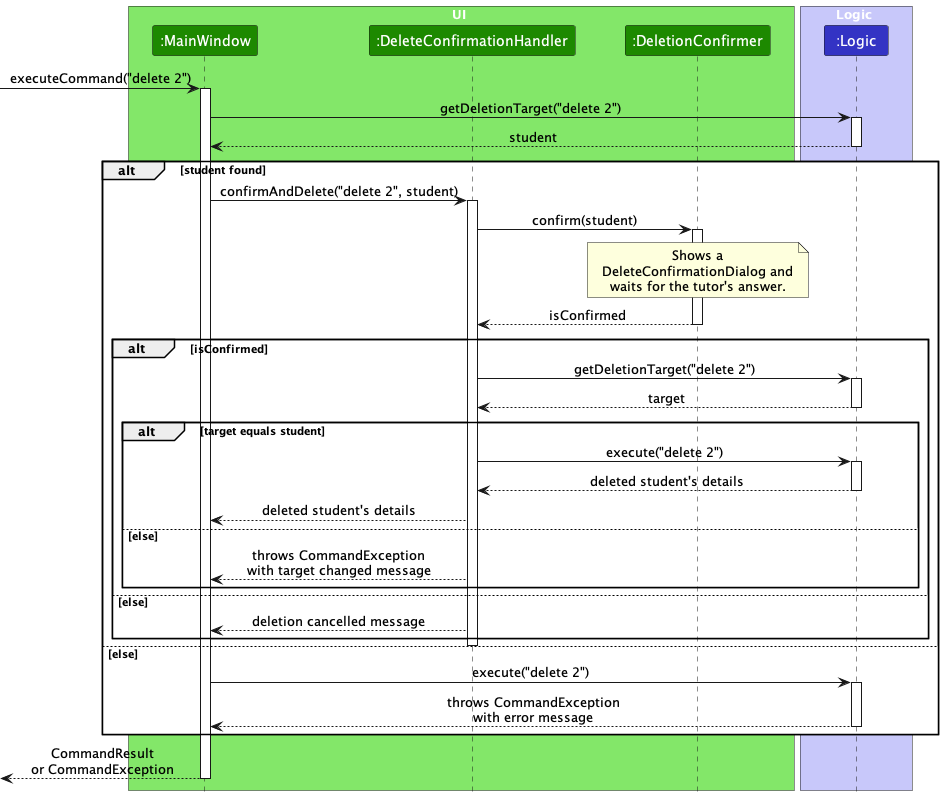
Before: docs/images/DeleteConfirmationSequenceDiagram.png, a diagram exported from PlantUML (AY2627S1-CS2103T-F09-2a/tp).
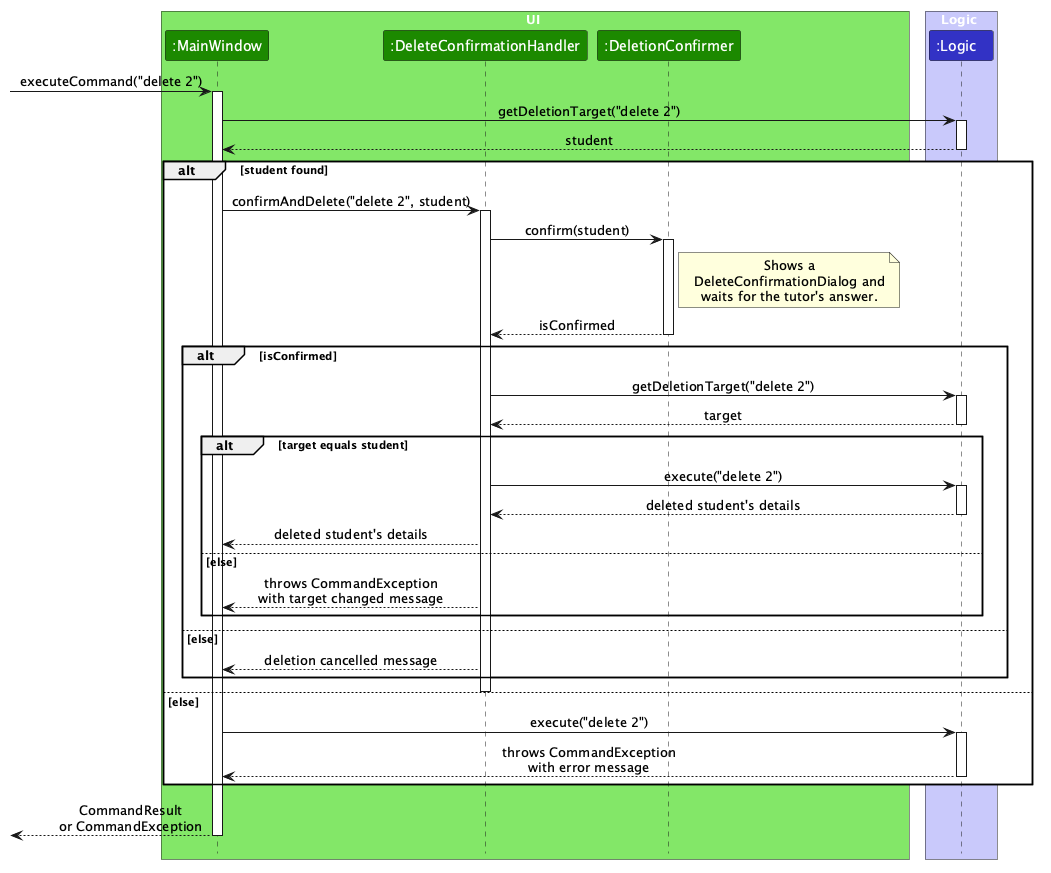
Later version of the same file.

Diff of the diagram source:
```diff
@@ -27,7 +27,7 @@
 
     Handler -> Confirmer : confirm(student)
     activate Confirmer
-    note over Confirmer
+    note right of Confirmer
     Shows a
     DeleteConfirmationDialog and
     waits for the tutor's answer.
```
